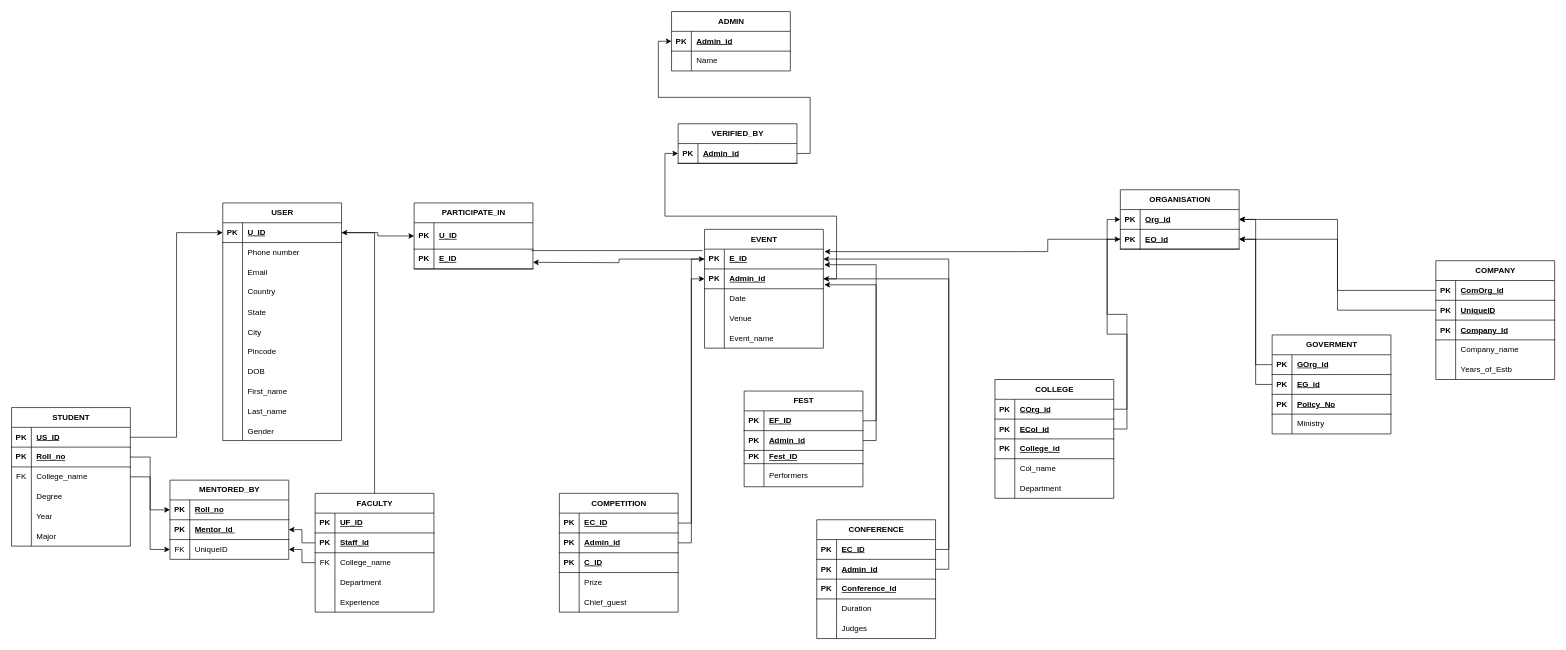
Aaradhy-Sharma/dbms-project-1 keeps this draw.io diagram as relational.drawio. Above is the earlier version. Source tidied: cells renumbered, new cells numbered last; positions are measured from the earlier drawing's top-left corner, leaving out a move shared by most shapes. Both pictures are drawn from the tidied source at 66%, with x=0, y=0 at pixel (11, 11).
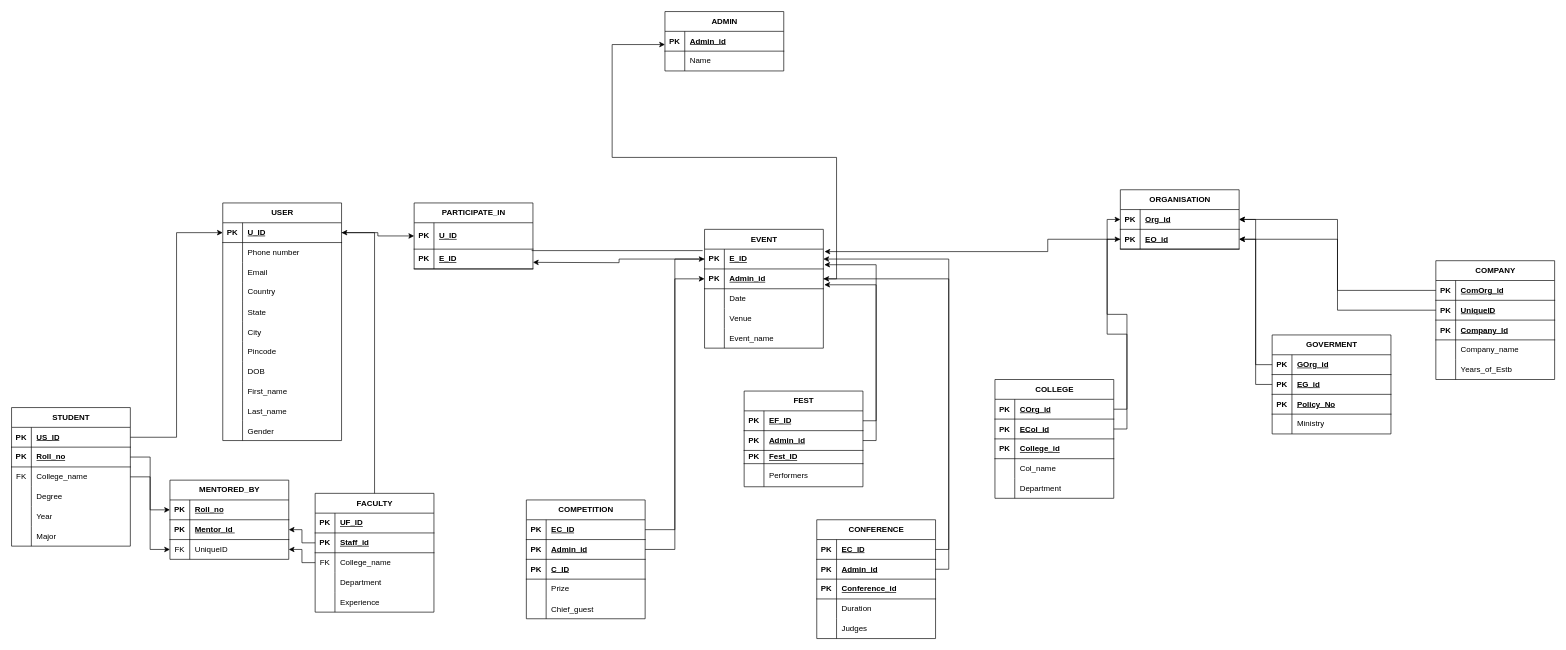
After the change.

Unchanged cells that the change refers to:
```xml
<mxCell id="47" style="shape=tableRow;horizontal=0;startSize=0;swimlaneHead=0;swimlaneBody=0;fillColor=none;points=[[0,0.5],[1,0.5]];portConstraint=eastwest;top=0;left=0;right=0;bottom=1;" parent="43" vertex="1">
  <mxGeometry y="60" width="180" height="30" as="geometry" />
</mxCell>
<mxCell id="62" style="shape=tableRow;horizontal=0;startSize=0;swimlaneHead=0;swimlaneBody=0;fillColor=none;points=[[0,0.5],[1,0.5]];portConstraint=eastwest;top=0;left=0;right=0;bottom=1;" parent="61" vertex="1">
  <mxGeometry y="30" width="180" height="30" as="geometry" />
</mxCell>
```

What changed in the source:
```diff
@@
     <mxCell id="61" value="ADMIN" style="shape=table;startSize=30;childLayout=tableLayout;rowLines=0;fontStyle=1;align=center;html=1;" parent="1" vertex="1">
-      <mxGeometry x="1000" width="180" height="90" as="geometry" />
+      <mxGeometry x="990" width="180" height="90" as="geometry" />
     </mxCell>
@@
     <mxCell id="135" value="COMPETITION" style="shape=table;startSize=30;childLayout=tableLayout;rowLines=0;fontStyle=1;align=center;html=1;" parent="1" vertex="1">
-      <mxGeometry x="830" y="730" width="180" height="180" as="geometry" />
+      <mxGeometry x="780" y="740" width="180" height="180" as="geometry" />
     </mxCell>
@@
-    <mxCell id="212" value="VERIFIED_BY" style="shape=table;startSize=30;childLayout=tableLayout;rowLines=0;fontStyle=1;align=center;html=1;" parent="1" vertex="1">
-      <mxGeometry x="1010" y="170" width="180" height="60" as="geometry" />
-    </mxCell>
-    <mxCell id="213" style="shape=tableRow;horizontal=0;startSize=0;swimlaneHead=0;swimlaneBody=0;fillColor=none;points=[[0,0.5],[1,0.5]];portConstraint=eastwest;top=0;left=0;right=0;bottom=1;" parent="212" vertex="1">
-      <mxGeometry y="30" width="180" height="30" as="geometry" />
-    </mxCell>
-    <mxCell id="214" value="PK" style="shape=partialRectangle;fillColor=none;top=0;left=0;bottom=0;right=0;fontStyle=1;overflow=hidden;whiteSpace=wrap;html=1;" parent="213" vertex="1">
-      <mxGeometry width="30" height="30" as="geometry" />
-    </mxCell>
-    <mxCell id="215" value="Admin_id" style="shape=partialRectangle;fillColor=none;top=0;left=0;bottom=0;right=0;align=left;spacingLeft=6;fontStyle=5;overflow=hidden;whiteSpace=wrap;html=1;" parent="213" vertex="1">
-      <mxGeometry x="30" width="150" height="30" as="geometry" />
-    </mxCell>
-    <mxCell id="216" style="edgeStyle=orthogonalEdgeStyle;rounded=0;jettySize=auto;html=1;exitX=1;exitY=0.5;exitDx=0;exitDy=0;entryX=0;entryY=0.5;entryDx=0;entryDy=0;" parent="1" edge="1" source="47" target="213">
-      <mxGeometry relative="1" as="geometry" />
+    <mxCell id="216" style="edgeStyle=orthogonalEdgeStyle;rounded=0;jettySize=auto;html=1;exitX=1;exitY=0.5;exitDx=0;exitDy=0;" parent="1" edge="1" source="47">
+      <mxGeometry relative="1" as="geometry">
+        <mxPoint x="990" y="50" as="targetPoint" />
+        <Array as="points">
+          <mxPoint x="1250" y="405" />
+          <mxPoint x="1250" y="221" />
+          <mxPoint x="910" y="221" />
+          <mxPoint x="910" y="50" />
+        </Array>
+      </mxGeometry>
     </mxCell>
-    <mxCell id="217" style="edgeStyle=orthogonalEdgeStyle;rounded=0;jettySize=auto;html=1;exitX=1;exitY=0.5;exitDx=0;exitDy=0;entryX=0;entryY=0.5;entryDx=0;entryDy=0;" parent="1" edge="1" source="213" target="62">
-      <mxGeometry relative="1" as="geometry" />
-    </mxCell>
```
